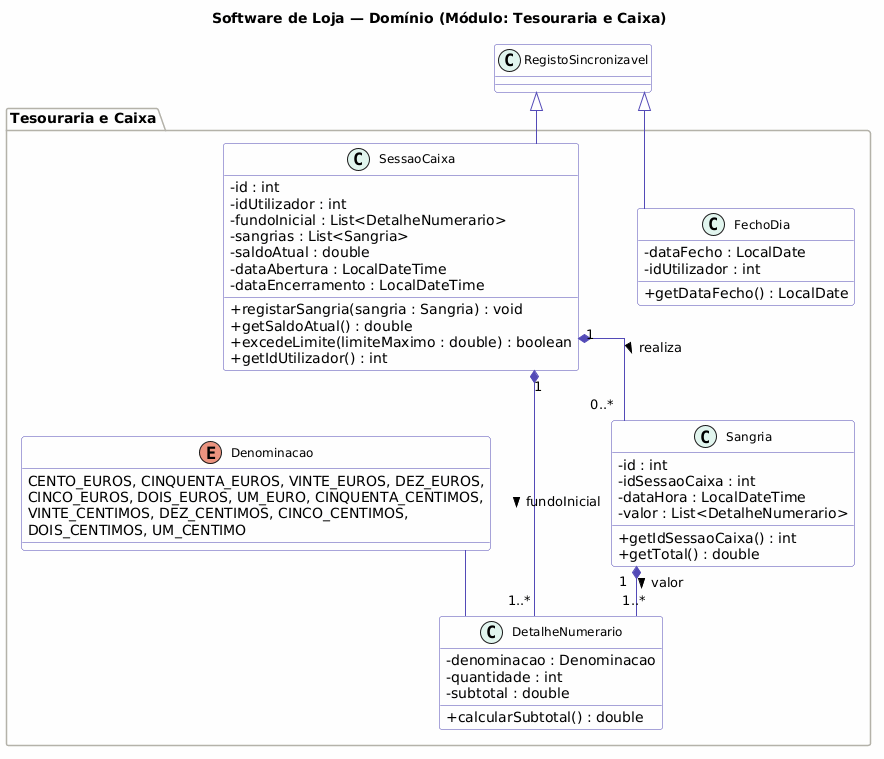
Before: Diagramas de Classe/software_loja/dominio/images/dominio_Tesouraria_Caixa.png, a diagram exported from PlantUML (SimaoOliveira05/LI4). Source of this version:
```plantuml
@startuml
skinparam classAttributeIconSize 0
skinparam classFontSize 12
skinparam classHeaderBackgroundColor #EEEDFE
skinparam classBorderColor #534AB7
skinparam classBackgroundColor #FAFAFA
skinparam arrowColor #534AB7
skinparam stereotypeCBackgroundColor #E1F5EE
skinparam stereotypeABackgroundColor #FAC775
skinparam stereotypeIBackgroundColor #D1ECF1
skinparam packageBackgroundColor #F8F8F8
skinparam packageBorderColor #B4B2A9
skinparam linetype ortho
skinparam nodesep 60
skinparam ranksep 50

title Software de Loja — Domínio (Módulo: Tesouraria e Caixa)

package "Tesouraria e Caixa" #FEFEFE {

  enum Denominacao {
    CENTO_EUROS, CINQUENTA_EUROS, VINTE_EUROS, DEZ_EUROS,
    CINCO_EUROS, DOIS_EUROS, UM_EURO, CINQUENTA_CENTIMOS,
    VINTE_CENTIMOS, DEZ_CENTIMOS, CINCO_CENTIMOS,
    DOIS_CENTIMOS, UM_CENTIMO
  }

  class DetalheNumerario {
    - denominacao : Denominacao
    - quantidade : int
    - subtotal : double
    + calcularSubtotal() : double
  }

  class SessaoCaixa {
    - id : int
    - idUtilizador : int
    - fundoInicial : List<DetalheNumerario>
    - sangrias : List<Sangria>
    - saldoAtual : double
    - dataAbertura : LocalDateTime
    - dataEncerramento : LocalDateTime
    + registarSangria(sangria : Sangria) : void
    + getSaldoAtual() : double
    + excedeLimite(limiteMaximo : double) : boolean
    + getIdUtilizador() : int
  }

  class Sangria {
    - id : int
    - idSessaoCaixa : int
    - dataHora : LocalDateTime
    - valor : List<DetalheNumerario>
    + getIdSessaoCaixa() : int
    + getTotal() : double
  }

  class FechoDia {
    - dataFecho : LocalDate
    - idUtilizador : int
    + getDataFecho() : LocalDate
  }
}

SessaoCaixa "1" *-- "0..*" Sangria : realiza >
SessaoCaixa "1" *-- "1..*" DetalheNumerario : fundoInicial >
Sangria "1" *-- "1..*" DetalheNumerario : valor >
Denominacao -- DetalheNumerario

RegistoSincronizavel <|-- FechoDia
RegistoSincronizavel <|-- SessaoCaixa
@enduml
```
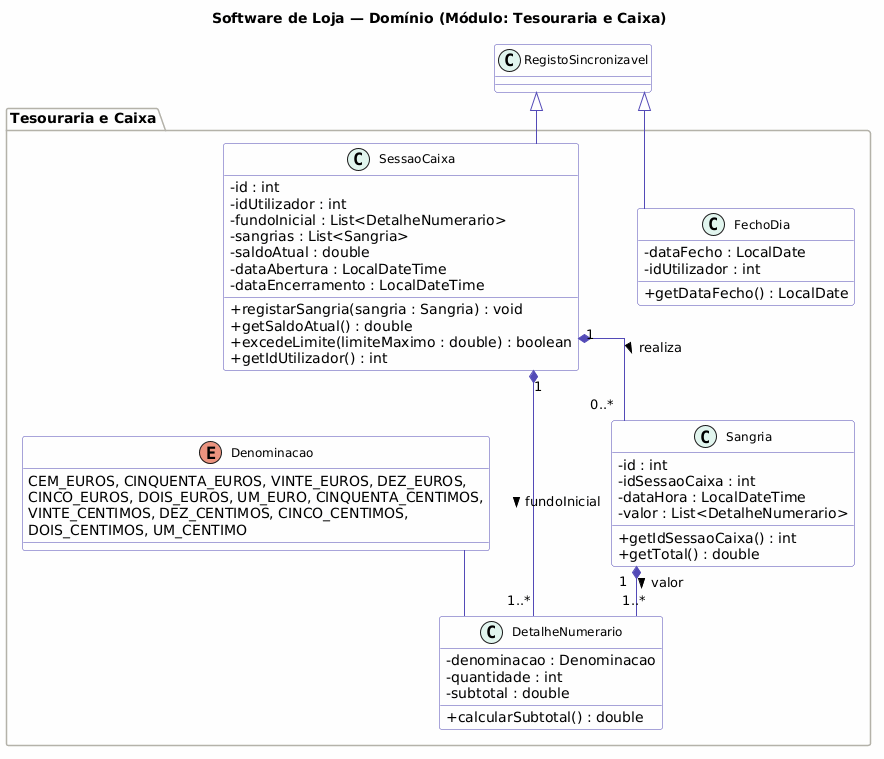
After the change.

Commit message:
upload: dominio_Tesouraria_Caixa diagram

Diff of the diagram source:
```diff
@@ -19,7 +19,7 @@
 package "Tesouraria e Caixa" #FEFEFE {
 
   enum Denominacao {
-    CENTO_EUROS, CINQUENTA_EUROS, VINTE_EUROS, DEZ_EUROS,
+    CEM_EUROS, CINQUENTA_EUROS, VINTE_EUROS, DEZ_EUROS,
     CINCO_EUROS, DOIS_EUROS, UM_EURO, CINQUENTA_CENTIMOS,
     VINTE_CENTIMOS, DEZ_CENTIMOS, CINCO_CENTIMOS,
     DOIS_CENTIMOS, UM_CENTIMO
```
